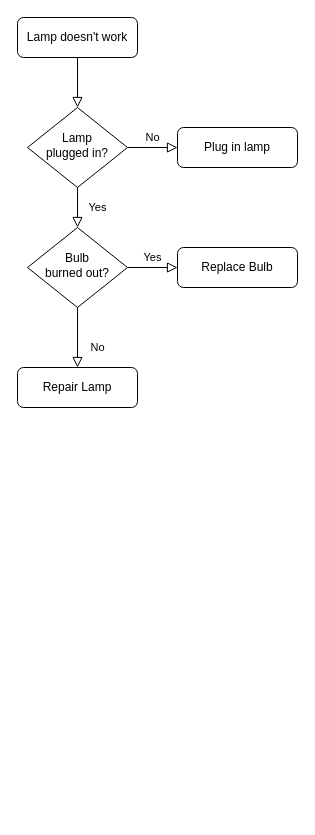
Earlier version of the draw.io diagram page "Page-1" (1 of 2) of Untitled Diagram.drawio (pawelski85/Chuck-Norris-jokes). Source tidied: cells renumbered, new cells numbered last; positions are measured from the earlier drawing's top-left corner, leaving out a move shared by most shapes. Both pictures are drawn from the tidied source at 100%, with x=0, y=0 at pixel (17, 17).
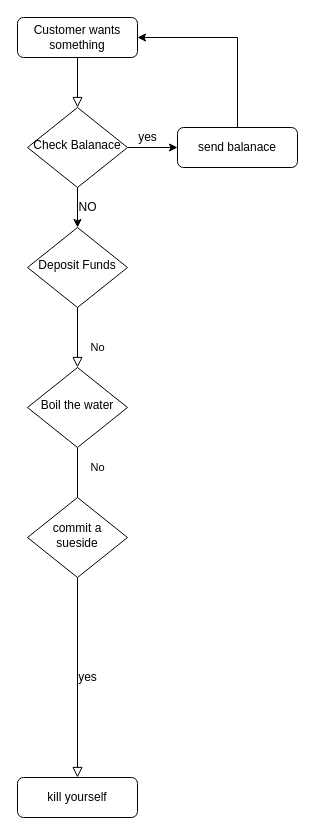
Above is the later version.

Change to the diagram source:
```diff
@@
 <mxGraphModel>
   <root>
     <mxCell id="0" />
     <mxCell id="1" parent="0" />
     <mxCell id="2" style="rounded=0;html=1;jettySize=auto;fontSize=11;endArrow=block;endFill=0;endSize=8;strokeWidth=1;shadow=0;labelBackgroundColor=none;edgeStyle=orthogonalEdgeStyle;" parent="1" edge="1" source="3" target="6">
       <mxGeometry relative="1" as="geometry" />
     </mxCell>
-    <mxCell id="3" value="Lamp doesn't work" style="rounded=1;whiteSpace=wrap;html=1;fontSize=12;glass=0;strokeWidth=1;shadow=0;" parent="1" vertex="1">
+    <mxCell id="3" value="Customer wants something" style="rounded=1;whiteSpace=wrap;html=1;fontSize=12;glass=0;strokeWidth=1;shadow=0;" parent="1" vertex="1">
       <mxGeometry width="120" height="40" as="geometry" />
     </mxCell>
+    <mxCell id="13" style="edgeStyle=orthogonalEdgeStyle;rounded=0;jettySize=auto;html=1;" parent="1" edge="1" source="6" target="7">
+      <mxGeometry relative="1" as="geometry" />
+    </mxCell>
-    <mxCell id="4" value="Yes" style="rounded=0;html=1;jettySize=auto;fontSize=11;endArrow=block;endFill=0;endSize=8;strokeWidth=1;shadow=0;labelBackgroundColor=none;edgeStyle=orthogonalEdgeStyle;" parent="1" edge="1" source="6" target="10">
-      <mxGeometry y="20" relative="1" as="geometry" />
+    <mxCell id="4" style="edgeStyle=orthogonalEdgeStyle;rounded=0;jettySize=auto;html=1;" parent="1" edge="1" source="6" target="10">
+      <mxGeometry relative="1" as="geometry" />
     </mxCell>
-    <mxCell id="5" value="No" style="edgeStyle=orthogonalEdgeStyle;rounded=0;html=1;jettySize=auto;fontSize=11;endArrow=block;endFill=0;endSize=8;strokeWidth=1;shadow=0;labelBackgroundColor=none;" parent="1" edge="1" source="6" target="7">
-      <mxGeometry y="10" relative="1" as="geometry" />
-    </mxCell>
-    <mxCell id="6" value="Lamp&lt;br&gt;plugged in?" style="rhombus;whiteSpace=wrap;html=1;shadow=0;fontFamily=Helvetica;fontSize=12;align=center;strokeWidth=1;spacing=6;spacingTop=-4;" parent="1" vertex="1">
+    <mxCell id="6" value="Check Balanace" style="rhombus;whiteSpace=wrap;html=1;shadow=0;fontFamily=Helvetica;fontSize=12;align=center;strokeWidth=1;spacing=6;spacingTop=-4;" parent="1" vertex="1">
       <mxGeometry x="10" y="90" width="100" height="80" as="geometry" />
     </mxCell>
+    <mxCell id="14" style="edgeStyle=orthogonalEdgeStyle;rounded=0;jettySize=auto;html=1;entryX=1;entryY=0.5;entryDx=0;entryDy=0;" parent="1" edge="1" source="7" target="3">
+      <mxGeometry relative="1" as="geometry">
+        <Array as="points">
+          <mxPoint x="220" y="20" />
+        </Array>
+      </mxGeometry>
+    </mxCell>
-    <mxCell id="7" value="Plug in lamp" style="rounded=1;whiteSpace=wrap;html=1;fontSize=12;glass=0;strokeWidth=1;shadow=0;" parent="1" vertex="1">
+    <mxCell id="7" value="send balanace" style="rounded=1;whiteSpace=wrap;html=1;fontSize=12;glass=0;strokeWidth=1;shadow=0;" parent="1" vertex="1">
       <mxGeometry x="160" y="110" width="120" height="40" as="geometry" />
     </mxCell>
-    <mxCell id="8" value="No" style="rounded=0;html=1;jettySize=auto;fontSize=11;endArrow=block;endFill=0;endSize=8;strokeWidth=1;shadow=0;labelBackgroundColor=none;edgeStyle=orthogonalEdgeStyle;" parent="1" edge="1" source="10" target="11">
-      <mxGeometry x="0.33" y="20" relative="1" as="geometry" />
+    <mxCell id="8" value="No" style="rounded=0;html=1;jettySize=auto;fontSize=11;endArrow=block;endFill=0;endSize=8;strokeWidth=1;shadow=0;labelBackgroundColor=none;edgeStyle=orthogonalEdgeStyle;" parent="1" edge="1" source="15" target="11">
+      <mxGeometry x="-0.88" y="20" relative="1" as="geometry" />
     </mxCell>
-    <mxCell id="9" value="Yes" style="edgeStyle=orthogonalEdgeStyle;rounded=0;html=1;jettySize=auto;fontSize=11;endArrow=block;endFill=0;endSize=8;strokeWidth=1;shadow=0;labelBackgroundColor=none;" parent="1" edge="1" source="10" target="12">
-      <mxGeometry y="10" relative="1" as="geometry" />
-    </mxCell>
-    <mxCell id="10" value="Bulb&lt;br&gt;burned out?" style="rhombus;whiteSpace=wrap;html=1;shadow=0;fontFamily=Helvetica;fontSize=12;align=center;strokeWidth=1;spacing=6;spacingTop=-4;" parent="1" vertex="1">
+    <mxCell id="10" value="Deposit Funds" style="rhombus;whiteSpace=wrap;html=1;shadow=0;fontFamily=Helvetica;fontSize=12;align=center;strokeWidth=1;spacing=6;spacingTop=-4;" parent="1" vertex="1">
       <mxGeometry x="10" y="210" width="100" height="80" as="geometry" />
     </mxCell>
-    <mxCell id="11" value="Repair Lamp" style="rounded=1;whiteSpace=wrap;html=1;fontSize=12;glass=0;strokeWidth=1;shadow=0;" parent="1" vertex="1">
-      <mxGeometry y="350" width="120" height="40" as="geometry" />
+    <mxCell id="11" value="kill yourself" style="rounded=1;whiteSpace=wrap;html=1;fontSize=12;glass=0;strokeWidth=1;shadow=0;" parent="1" vertex="1">
+      <mxGeometry y="760" width="120" height="40" as="geometry" />
     </mxCell>
-    <mxCell id="12" value="Replace Bulb" style="rounded=1;whiteSpace=wrap;html=1;fontSize=12;glass=0;strokeWidth=1;shadow=0;" parent="1" vertex="1">
-      <mxGeometry x="160" y="230" width="120" height="40" as="geometry" />
-    </mxCell>
+    <mxCell id="15" value="Boil the water" style="rhombus;whiteSpace=wrap;html=1;shadow=0;fontFamily=Helvetica;fontSize=12;align=center;strokeWidth=1;spacing=6;spacingTop=-4;" parent="1" vertex="1">
+      <mxGeometry x="10" y="350" width="100" height="80" as="geometry" />
+    </mxCell>
+    <mxCell id="5" value="No" style="rounded=0;html=1;jettySize=auto;fontSize=11;endArrow=block;endFill=0;endSize=8;strokeWidth=1;shadow=0;labelBackgroundColor=none;edgeStyle=orthogonalEdgeStyle;" parent="1" edge="1" source="10" target="15">
+      <mxGeometry x="0.33" y="20" relative="1" as="geometry" />
+    </mxCell>
+    <mxCell id="16" value="commit a sueside" style="rhombus;whiteSpace=wrap;html=1;shadow=0;fontFamily=Helvetica;fontSize=12;align=center;strokeWidth=1;spacing=6;spacingTop=-4;" parent="1" vertex="1">
+      <mxGeometry x="10" y="480" width="100" height="80" as="geometry" />
+    </mxCell>
+    <mxCell id="17" value="yes" style="text;html=1;align=center;verticalAlign=middle;" parent="1" vertex="1">
+      <mxGeometry x="115" y="110" width="30" height="20" as="geometry" />
+    </mxCell>
+    <mxCell id="18" value="NO" style="text;html=1;align=center;verticalAlign=middle;" parent="1" vertex="1">
+      <mxGeometry x="55" y="180" width="30" height="20" as="geometry" />
+    </mxCell>
+    <mxCell id="19" value="yes" style="text;html=1;align=center;verticalAlign=middle;" parent="1" vertex="1">
+      <mxGeometry x="55" y="650" width="30" height="20" as="geometry" />
+    </mxCell>
   </root>
 </mxGraphModel>
```
